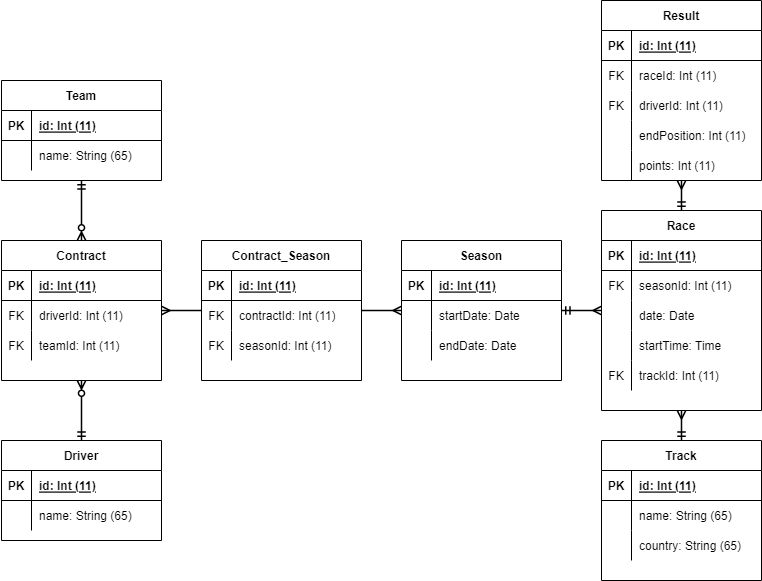
Above: Blok 7 + 8/4. Entity Relationship Diagram (ERD)/DB Diagram/DB Diagram.png in RicardoFroeliger/DaVinci-Year-2 (draw.io), before the change. Source tidied: cells renumbered, new cells last; positions are measured from the earlier drawing's top-left corner, leaving out a move shared by most shapes.
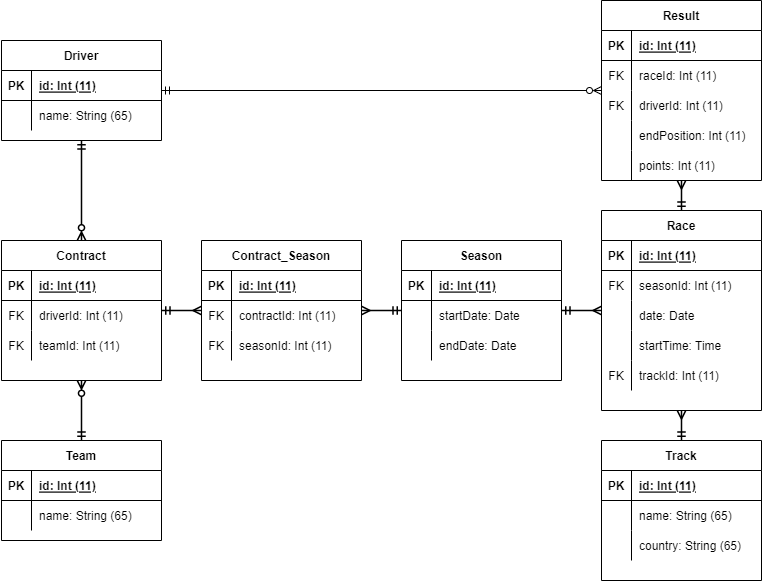
Above is the later version.

Diff of the diagram source:
```diff
@@ -203,7 +203,7 @@
     <mxCell id="68" value="seasonId: Int (11)" style="shape=partialRectangle;fillColor=none;top=0;left=0;bottom=0;right=0;align=left;spacingLeft=6;overflow=hidden;" parent="66" vertex="1">
       <mxGeometry x="30" width="130" height="30" as="geometry" />
     </mxCell>
-    <mxCell id="69" style="endArrow=none;html=1;rounded=0;strokeWidth=1.5;startArrow=ERmany;startFill=0;endFill=0;" parent="1" edge="1" source="4" target="59">
+    <mxCell id="69" style="endArrow=ERmany;html=1;rounded=0;strokeWidth=1.5;startArrow=ERmandOne;startFill=0;endFill=0;" parent="1" edge="1" source="4" target="59">
       <mxGeometry relative="1" as="geometry" />
     </mxCell>
     <mxCell id="70" value="Contract" style="shape=table;startSize=30;rowLines=0;fontStyle=1;align=center;strokeWidth=1;fillColor=default;" parent="1" vertex="1">
@@ -236,11 +236,11 @@
     <mxCell id="79" value="teamId: Int (11)" style="shape=partialRectangle;fillColor=none;top=0;left=0;bottom=0;right=0;align=left;spacingLeft=6;overflow=hidden;dashed=1;dashPattern=1 2;strokeWidth=2;" parent="77" vertex="1">
       <mxGeometry x="30" width="130" height="30" as="geometry" />
     </mxCell>
-    <mxCell id="80" style="endArrow=none;html=1;rounded=0;strokeWidth=1.5;startArrow=ERmany;startFill=0;endFill=0;" parent="1" edge="1" source="70" target="59">
+    <mxCell id="80" style="endArrow=ERmany;html=1;rounded=0;strokeWidth=1.5;startArrow=ERmandOne;startFill=0;endFill=0;" parent="1" edge="1" source="70" target="59">
       <mxGeometry relative="1" as="geometry" />
     </mxCell>
     <mxCell id="81" value="Team" style="shape=table;startSize=30;rowLines=0;fontStyle=1;align=center;strokeWidth=1;fillColor=default;" parent="1" vertex="1">
-      <mxGeometry y="80" width="160" height="100" as="geometry" />
+      <mxGeometry y="440" width="160" height="100" as="geometry" />
     </mxCell>
     <mxCell id="82" style="shape=tableRow;horizontal=0;startSize=0;swimlaneHead=0;swimlaneBody=0;fillColor=none;top=0;left=0;right=0;bottom=1;strokeWidth=1;" parent="81" vertex="1">
       <mxGeometry y="30" width="160" height="30" as="geometry" />
@@ -261,7 +261,7 @@
       <mxGeometry x="30" width="130" height="30" as="geometry" />
     </mxCell>
     <mxCell id="88" value="Driver" style="shape=table;startSize=30;rowLines=0;fontStyle=1;align=center;strokeWidth=1;fillColor=default;" parent="1" vertex="1">
-      <mxGeometry y="440" width="160" height="100" as="geometry" />
+      <mxGeometry y="40" width="160" height="100" as="geometry" />
     </mxCell>
     <mxCell id="89" style="shape=tableRow;horizontal=0;startSize=0;swimlaneHead=0;swimlaneBody=0;fillColor=none;top=0;left=0;right=0;bottom=1;strokeWidth=1;" parent="88" vertex="1">
       <mxGeometry y="30" width="160" height="30" as="geometry" />
@@ -281,5 +281,8 @@
     <mxCell id="94" value="name: String (65)" style="shape=partialRectangle;fillColor=none;top=0;left=0;bottom=0;right=0;align=left;spacingLeft=6;overflow=hidden;dashed=1;dashPattern=1 2;strokeWidth=2;" parent="92" vertex="1">
       <mxGeometry x="30" width="130" height="30" as="geometry" />
     </mxCell>
+    <mxCell id="95" style="endArrow=ERzeroToMany;html=1;rounded=0;endFill=0;startArrow=ERmandOne;startFill=0;" parent="1" edge="1" source="88" target="42">
+      <mxGeometry relative="1" as="geometry" />
+    </mxCell>
   </root>
 </mxGraphModel>
```
